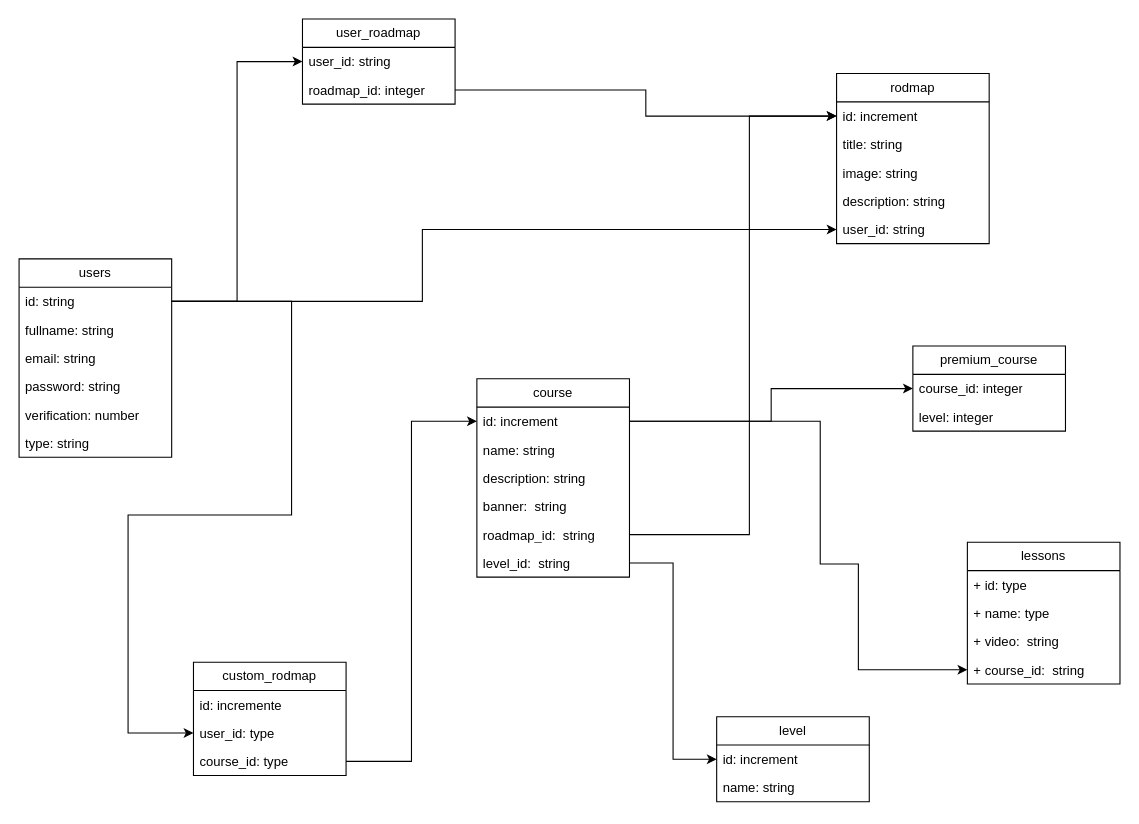
Before: sofidev-drawio.drawio in SofiDevOs/roadmap-frontend, a draw.io diagram. Source tidied: cells renumbered, new cells numbered last; positions are measured from the earlier drawing's top-left corner, leaving out a move shared by most shapes. Both pictures are drawn from the tidied source at 109%, with x=0, y=0 at pixel (19, 19).
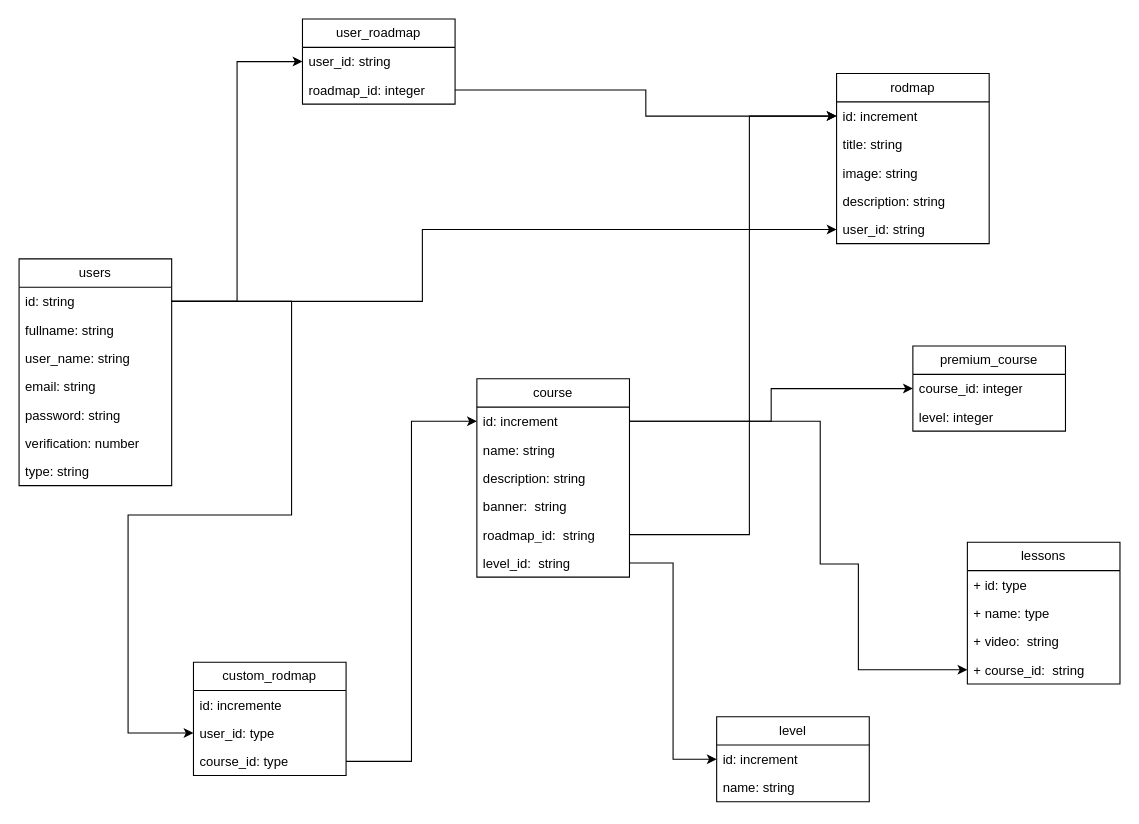
After the change.

Change to the diagram source:
```diff
@@
     <mxCell id="8" value="users" style="swimlane;fontStyle=0;horizontal=1;startSize=26;fillColor=none;whiteSpace=wrap;html=1;" parent="1" vertex="1">
-      <mxGeometry y="220" width="140" height="182" as="geometry" />
+      <mxGeometry y="220" width="140" height="208" as="geometry" />
     </mxCell>
@@
+    <mxCell id="49" value="user_name: string" style="text;strokeColor=none;fillColor=none;align=left;verticalAlign=top;spacingLeft=4;spacingRight=4;overflow=hidden;whiteSpace=wrap;html=1;" parent="8" vertex="1">
+      <mxGeometry y="78" width="140" height="26" as="geometry" />
+    </mxCell>
     <mxCell id="11" value="email: string" style="text;strokeColor=none;fillColor=none;align=left;verticalAlign=top;spacingLeft=4;spacingRight=4;overflow=hidden;whiteSpace=wrap;html=1;" parent="8" vertex="1">
-      <mxGeometry y="78" width="140" height="26" as="geometry" />
+      <mxGeometry y="104" width="140" height="26" as="geometry" />
     </mxCell>
     <mxCell id="12" value="password: string" style="text;strokeColor=none;fillColor=none;align=left;verticalAlign=top;spacingLeft=4;spacingRight=4;overflow=hidden;whiteSpace=wrap;html=1;" parent="8" vertex="1">
-      <mxGeometry y="104" width="140" height="26" as="geometry" />
+      <mxGeometry y="130" width="140" height="26" as="geometry" />
     </mxCell>
     <mxCell id="13" value="verification: number" style="text;strokeColor=none;fillColor=none;align=left;verticalAlign=top;spacingLeft=4;spacingRight=4;overflow=hidden;whiteSpace=wrap;html=1;" parent="8" vertex="1">
-      <mxGeometry y="130" width="140" height="26" as="geometry" />
+      <mxGeometry y="156" width="140" height="26" as="geometry" />
     </mxCell>
     <mxCell id="14" value="type: string" style="text;strokeColor=none;fillColor=none;align=left;verticalAlign=top;spacingLeft=4;spacingRight=4;overflow=hidden;whiteSpace=wrap;html=1;" parent="8" vertex="1">
-      <mxGeometry y="156" width="140" height="26" as="geometry" />
+      <mxGeometry y="182" width="140" height="26" as="geometry" />
     </mxCell>
```
